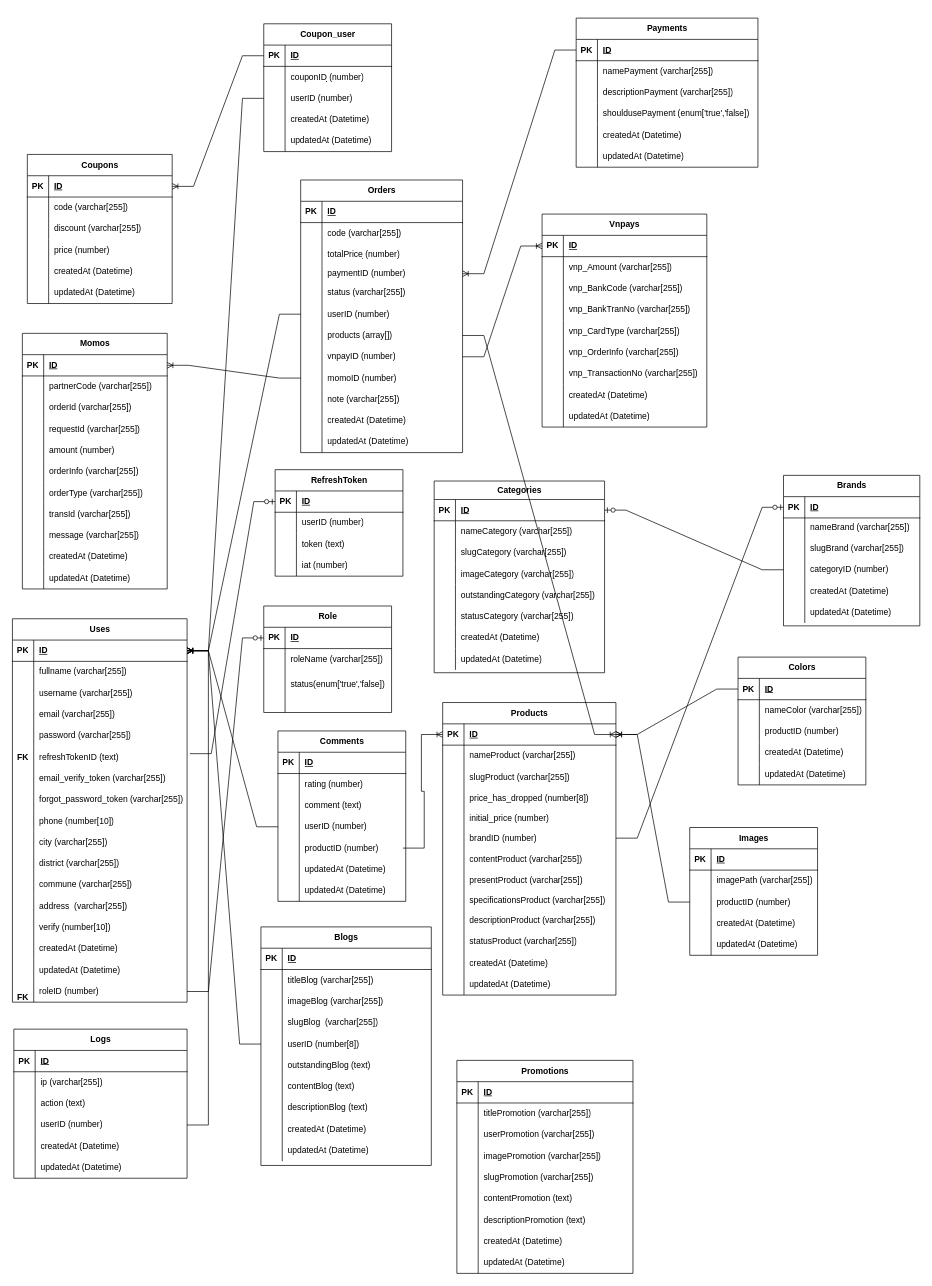
Earlier version of the draw.io diagram src/doan.drawio (QuocHuy03/HoangHaPC). Source tidied: cells renumbered, new cells numbered last; positions are measured from the earlier drawing's top-left corner, leaving out a move shared by most shapes. Both pictures are drawn from the tidied source at 71%, with x=0, y=0 at pixel (12, 13).
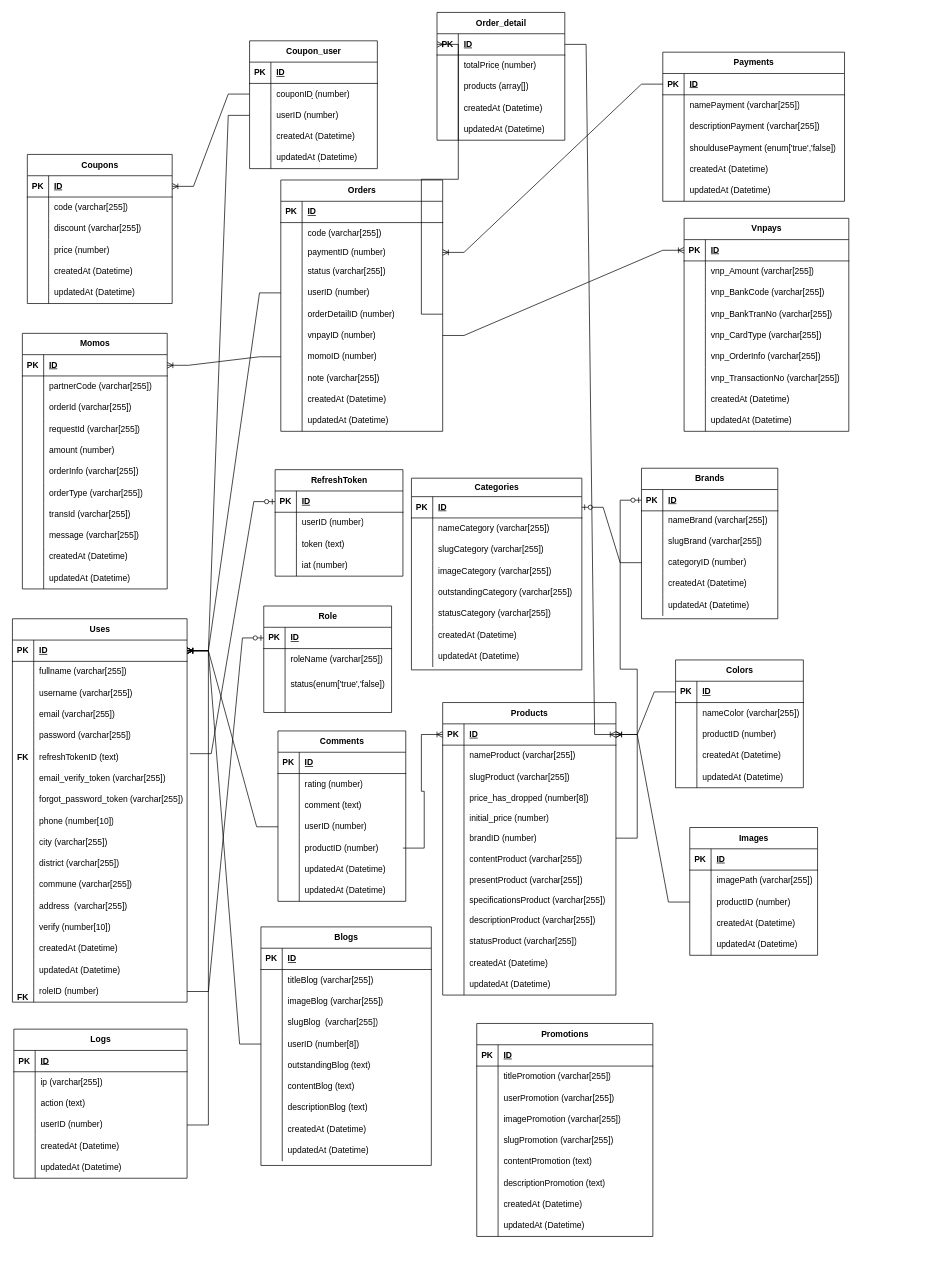
The same page after the edit.

Commit message (it also covers changes not shown here):
Cập nhật doan.drawio

Unchanged cells that the change refers to:
```xml
<mxCell id="128" style="shape=tableRow;horizontal=0;startSize=0;swimlaneHead=0;swimlaneBody=0;fillColor=none;points=[[0,0.5],[1,0.5]];portConstraint=eastwest;top=0;left=0;right=0;bottom=1;" parent="127" vertex="1">
  <mxGeometry y="30" width="244" height="30" as="geometry" />
</mxCell>
<mxCell id="259" style="shape=tableRow;horizontal=0;startSize=0;swimlaneHead=0;swimlaneBody=0;fillColor=none;points=[[0,0.5],[1,0.5]];portConstraint=eastwest;top=0;left=0;right=0;bottom=1;" parent="258" vertex="1">
  <mxGeometry y="30" width="204" height="30" as="geometry" />
</mxCell>
<mxCell id="448" style="shape=tableRow;horizontal=0;startSize=0;swimlaneHead=0;swimlaneBody=0;fillColor=none;points=[[0,0.5],[1,0.5]];portConstraint=eastwest;top=0;left=0;right=0;bottom=1;" parent="447" vertex="1">
  <mxGeometry y="30" width="180" height="30" as="geometry" />
</mxCell>
<mxCell id="451" style="shape=tableRow;horizontal=0;startSize=0;swimlaneHead=0;swimlaneBody=0;fillColor=none;points=[[0,0.5],[1,0.5]];portConstraint=eastwest;top=0;left=0;right=0;bottom=0;" parent="447" vertex="1">
  <mxGeometry y="60" width="180" height="30" as="geometry" />
</mxCell>
```

What changed in the source:
```diff
@@
     <mxCell id="82" value="Brands" style="shape=table;startSize=30;childLayout=tableLayout;rowLines=0;fontStyle=1;align=center;html=1;" parent="1" vertex="1">
-      <mxGeometry x="1086" y="651" width="192" height="212" as="geometry" />
+      <mxGeometry x="886" y="641" width="192" height="212" as="geometry" />
     </mxCell>
@@
     <mxCell id="101" value="Categories" style="shape=table;startSize=26;childLayout=tableLayout;rowLines=0;fontStyle=1;align=center;html=1;" parent="1" vertex="1">
-      <mxGeometry x="594" y="659" width="240" height="270" as="geometry" />
+      <mxGeometry x="562" y="655" width="240" height="270" as="geometry" />
     </mxCell>
@@
     <mxCell id="184" value="Colors" style="shape=table;startSize=30;childLayout=tableLayout;rowLines=0;fontStyle=1;align=center;html=1;" parent="1" vertex="1">
-      <mxGeometry x="1022" y="907" width="180" height="180" as="geometry" />
+      <mxGeometry x="934" y="911" width="180" height="180" as="geometry" />
     </mxCell>
@@
     <mxCell id="331" value="Vnpays" style="shape=table;startSize=30;childLayout=tableLayout;rowLines=0;fontStyle=1;align=center;html=1;" parent="1" vertex="1">
-      <mxGeometry x="746" y="283" width="232" height="300" as="geometry" />
+      <mxGeometry x="946" y="289" width="232" height="300" as="geometry" />
     </mxCell>
@@
     <mxCell id="359" value="Payments" style="shape=table;startSize=30;childLayout=tableLayout;rowLines=0;fontStyle=1;align=center;html=1;" parent="1" vertex="1">
-      <mxGeometry x="794" y="7" width="256" height="210" as="geometry" />
+      <mxGeometry x="916" y="55" width="256" height="210" as="geometry" />
     </mxCell>
@@
     <mxCell id="378" value="Orders" style="shape=table;startSize=30;childLayout=tableLayout;rowLines=0;fontStyle=1;align=center;html=1;" parent="1" vertex="1">
-      <mxGeometry x="406" y="235" width="228" height="384" as="geometry" />
+      <mxGeometry x="378" y="235" width="228" height="354" as="geometry" />
     </mxCell>
@@
-    <mxCell id="385" style="shape=tableRow;horizontal=0;startSize=0;swimlaneHead=0;swimlaneBody=0;fillColor=none;top=0;left=0;right=0;bottom=0;" parent="378" vertex="1">
-      <mxGeometry y="90" width="228" height="30" as="geometry" />
-    </mxCell>
-    <mxCell id="386" style="shape=partialRectangle;fillColor=none;top=0;left=0;bottom=0;right=0;overflow=hidden;whiteSpace=wrap;html=1;" parent="385" vertex="1">
-      <mxGeometry width="30" height="30" as="geometry" />
-    </mxCell>
-    <mxCell id="387" value="totalPrice&amp;nbsp;̣(number)" style="shape=partialRectangle;fillColor=none;top=0;left=0;bottom=0;right=0;align=left;spacingLeft=6;overflow=hidden;whiteSpace=wrap;html=1;" parent="385" vertex="1">
-      <mxGeometry x="30" width="198" height="30" as="geometry" />
-    </mxCell>
     <mxCell id="388" style="shape=tableRow;horizontal=0;startSize=0;swimlaneHead=0;swimlaneBody=0;fillColor=none;points=[[0,0.5],[1,0.5]];portConstraint=eastwest;top=0;left=0;right=0;bottom=0;" parent="378" vertex="1">
-      <mxGeometry y="120" width="228" height="24" as="geometry" />
+      <mxGeometry y="90" width="228" height="24" as="geometry" />
     </mxCell>
@@
     <mxCell id="391" style="shape=tableRow;horizontal=0;startSize=0;swimlaneHead=0;swimlaneBody=0;fillColor=none;top=0;left=0;right=0;bottom=0;" parent="378" vertex="1">
-      <mxGeometry y="144" width="228" height="30" as="geometry" />
+      <mxGeometry y="114" width="228" height="30" as="geometry" />
     </mxCell>
@@
     <mxCell id="394" style="shape=tableRow;horizontal=0;startSize=0;swimlaneHead=0;swimlaneBody=0;fillColor=none;points=[[0,0.5],[1,0.5]];portConstraint=eastwest;top=0;left=0;right=0;bottom=0;" parent="378" vertex="1">
-      <mxGeometry y="174" width="228" height="30" as="geometry" />
+      <mxGeometry y="144" width="228" height="30" as="geometry" />
     </mxCell>
@@
     <mxCell id="397" style="shape=tableRow;horizontal=0;startSize=0;swimlaneHead=0;swimlaneBody=0;fillColor=none;points=[[0,0.5],[1,0.5]];portConstraint=eastwest;top=0;left=0;right=0;bottom=0;" parent="378" vertex="1">
-      <mxGeometry y="204" width="228" height="30" as="geometry" />
+      <mxGeometry y="174" width="228" height="30" as="geometry" />
     </mxCell>
@@
-    <mxCell id="399" value="products (array[])" style="shape=partialRectangle;fillColor=none;top=0;left=0;bottom=0;right=0;align=left;spacingLeft=6;overflow=hidden;whiteSpace=wrap;html=1;" parent="397" vertex="1">
+    <mxCell id="399" value="orderDetailID (number)" style="shape=partialRectangle;fillColor=none;top=0;left=0;bottom=0;right=0;align=left;spacingLeft=6;overflow=hidden;whiteSpace=wrap;html=1;" parent="397" vertex="1">
       <mxGeometry x="30" width="198" height="30" as="geometry" />
     </mxCell>
     <mxCell id="400" style="shape=tableRow;horizontal=0;startSize=0;swimlaneHead=0;swimlaneBody=0;fillColor=none;points=[[0,0.5],[1,0.5]];portConstraint=eastwest;top=0;left=0;right=0;bottom=0;" parent="378" vertex="1">
-      <mxGeometry y="234" width="228" height="30" as="geometry" />
+      <mxGeometry y="204" width="228" height="30" as="geometry" />
     </mxCell>
@@
     <mxCell id="403" style="shape=tableRow;horizontal=0;startSize=0;swimlaneHead=0;swimlaneBody=0;fillColor=none;points=[[0,0.5],[1,0.5]];portConstraint=eastwest;top=0;left=0;right=0;bottom=0;" parent="378" vertex="1">
-      <mxGeometry y="264" width="228" height="30" as="geometry" />
+      <mxGeometry y="234" width="228" height="30" as="geometry" />
     </mxCell>
@@
     <mxCell id="406" style="shape=tableRow;horizontal=0;startSize=0;swimlaneHead=0;swimlaneBody=0;fillColor=none;top=0;left=0;right=0;bottom=0;" parent="378" vertex="1">
-      <mxGeometry y="294" width="228" height="30" as="geometry" />
+      <mxGeometry y="264" width="228" height="30" as="geometry" />
     </mxCell>
@@
     <mxCell id="409" style="shape=tableRow;horizontal=0;startSize=0;swimlaneHead=0;swimlaneBody=0;fillColor=none;top=0;left=0;right=0;bottom=0;" parent="378" vertex="1">
-      <mxGeometry y="324" width="228" height="30" as="geometry" />
+      <mxGeometry y="294" width="228" height="30" as="geometry" />
     </mxCell>
@@
     <mxCell id="412" style="shape=tableRow;horizontal=0;startSize=0;swimlaneHead=0;swimlaneBody=0;fillColor=none;top=0;left=0;right=0;bottom=0;" parent="378" vertex="1">
-      <mxGeometry y="354" width="228" height="30" as="geometry" />
+      <mxGeometry y="324" width="228" height="30" as="geometry" />
     </mxCell>
@@
     <mxCell id="415" value="Promotions" style="shape=table;startSize=30;childLayout=tableLayout;rowLines=0;fontStyle=1;align=center;html=1;" parent="1" vertex="1">
-      <mxGeometry x="626" y="1475" width="248" height="300" as="geometry" />
+      <mxGeometry x="654" y="1423" width="248" height="300" as="geometry" />
     </mxCell>
@@
-    <mxCell id="446" style="edgeStyle=entityRelationEdgeStyle;fontSize=12;html=1;endArrow=ERoneToMany;rounded=0;exitX=1;exitY=0.5;exitDx=0;exitDy=0;entryX=1;entryY=0.5;entryDx=0;entryDy=0;" parent="1" edge="1" source="397" target="128">
+    <mxCell id="446" style="edgeStyle=entityRelationEdgeStyle;fontSize=12;html=1;endArrow=ERoneToMany;rounded=0;exitX=1;exitY=0.5;exitDx=0;exitDy=0;entryX=0;entryY=0.5;entryDx=0;entryDy=0;" parent="1" edge="1" source="397" target="467">
       <mxGeometry relative="1" as="geometry">
         <Array as="points">
           <mxPoint x="1234" y="868" />
           <mxPoint x="982" y="1066" />
           <mxPoint x="1210" y="876" />
           <mxPoint x="1140" y="727" />
           <mxPoint x="630" y="874" />
         </Array>
       </mxGeometry>
     </mxCell>
     <mxCell id="447" value="Coupon_user" style="shape=table;startSize=30;childLayout=tableLayout;rowLines=0;fontStyle=1;align=center;html=1;" parent="1" vertex="1">
-      <mxGeometry x="354" y="15" width="180" height="180" as="geometry" />
+      <mxGeometry x="334" y="39" width="180" height="180" as="geometry" />
     </mxCell>
@@
-    <mxCell id="463" style="edgeStyle=entityRelationEdgeStyle;fontSize=12;html=1;endArrow=ERoneToMany;rounded=0;exitX=0;exitY=0.5;exitDx=0;exitDy=0;entryX=1;entryY=0.5;entryDx=0;entryDy=0;" parent="1" edge="1" source="448" target="259">
+    <mxCell id="463" style="edgeStyle=entityRelationEdgeStyle;fontSize=12;html=1;endArrow=ERoneToMany;rounded=0;exitX=0;exitY=0.5;exitDx=0;exitDy=0;entryX=1;entryY=0.5;entryDx=0;entryDy=0;" parent="1" edge="1" source="451" target="259">
       <mxGeometry relative="1" as="geometry">
         <Array as="points">
           <mxPoint x="992" y="141" />
           <mxPoint x="740" y="339" />
           <mxPoint x="968" y="149" />
           <mxPoint x="898" />
           <mxPoint x="388" y="147" />
         </Array>
       </mxGeometry>
     </mxCell>
@@
+    <mxCell id="466" value="Order_detail" style="shape=table;startSize=30;childLayout=tableLayout;rowLines=0;fontStyle=1;align=center;html=1;" parent="1" vertex="1">
+      <mxGeometry x="598" y="-1" width="180" height="180" as="geometry" />
+    </mxCell>
+    <mxCell id="467" style="shape=tableRow;horizontal=0;startSize=0;swimlaneHead=0;swimlaneBody=0;fillColor=none;points=[[0,0.5],[1,0.5]];portConstraint=eastwest;top=0;left=0;right=0;bottom=1;" parent="466" vertex="1">
+      <mxGeometry y="30" width="180" height="30" as="geometry" />
+    </mxCell>
+    <mxCell id="468" value="PK" style="shape=partialRectangle;fillColor=none;top=0;left=0;bottom=0;right=0;fontStyle=1;overflow=hidden;whiteSpace=wrap;html=1;" parent="467" vertex="1">
+      <mxGeometry width="30" height="30" as="geometry" />
+    </mxCell>
+    <mxCell id="469" value="ID" style="shape=partialRectangle;fillColor=none;top=0;left=0;bottom=0;right=0;align=left;spacingLeft=6;fontStyle=5;overflow=hidden;whiteSpace=wrap;html=1;" parent="467" vertex="1">
+      <mxGeometry x="30" width="150" height="30" as="geometry" />
+    </mxCell>
+    <mxCell id="470" style="shape=tableRow;horizontal=0;startSize=0;swimlaneHead=0;swimlaneBody=0;fillColor=none;top=0;left=0;right=0;bottom=0;" parent="466" vertex="1">
+      <mxGeometry y="60" width="180" height="30" as="geometry" />
+    </mxCell>
+    <mxCell id="471" style="shape=partialRectangle;fillColor=none;top=0;left=0;bottom=0;right=0;overflow=hidden;whiteSpace=wrap;html=1;" parent="470" vertex="1">
+      <mxGeometry width="30" height="30" as="geometry" />
+    </mxCell>
+    <mxCell id="387" value="totalPrice&amp;nbsp;̣(number)" style="shape=partialRectangle;fillColor=none;top=0;left=0;bottom=0;right=0;align=left;spacingLeft=6;overflow=hidden;whiteSpace=wrap;html=1;" parent="470" vertex="1">
+      <mxGeometry x="30" width="150" height="30" as="geometry" />
+    </mxCell>
+    <mxCell id="472" style="shape=tableRow;horizontal=0;startSize=0;swimlaneHead=0;swimlaneBody=0;fillColor=none;top=0;left=0;right=0;bottom=0;" parent="466" vertex="1">
+      <mxGeometry y="90" width="180" height="30" as="geometry" />
+    </mxCell>
+    <mxCell id="473" style="shape=partialRectangle;fillColor=none;top=0;left=0;bottom=0;right=0;overflow=hidden;whiteSpace=wrap;html=1;" parent="472" vertex="1">
+      <mxGeometry width="30" height="30" as="geometry" />
+    </mxCell>
+    <mxCell id="474" value="products (array[])" style="shape=partialRectangle;fillColor=none;top=0;left=0;bottom=0;right=0;align=left;spacingLeft=6;overflow=hidden;whiteSpace=wrap;html=1;" parent="472" vertex="1">
+      <mxGeometry x="30" width="150" height="30" as="geometry" />
+    </mxCell>
+    <mxCell id="475" style="shape=tableRow;horizontal=0;startSize=0;swimlaneHead=0;swimlaneBody=0;fillColor=none;top=0;left=0;right=0;bottom=0;" parent="466" vertex="1">
+      <mxGeometry y="120" width="180" height="30" as="geometry" />
+    </mxCell>
+    <mxCell id="476" style="shape=partialRectangle;fillColor=none;top=0;left=0;bottom=0;right=0;overflow=hidden;whiteSpace=wrap;html=1;" parent="475" vertex="1">
+      <mxGeometry width="30" height="30" as="geometry" />
+    </mxCell>
+    <mxCell id="477" value="createdAt (Datetime)" style="shape=partialRectangle;fillColor=none;top=0;left=0;bottom=0;right=0;align=left;spacingLeft=6;overflow=hidden;whiteSpace=wrap;html=1;" parent="475" vertex="1">
+      <mxGeometry x="30" width="150" height="30" as="geometry" />
+    </mxCell>
+    <mxCell id="478" style="shape=tableRow;horizontal=0;startSize=0;swimlaneHead=0;swimlaneBody=0;fillColor=none;top=0;left=0;right=0;bottom=0;" parent="466" vertex="1">
+      <mxGeometry y="150" width="180" height="30" as="geometry" />
+    </mxCell>
+    <mxCell id="479" style="shape=partialRectangle;fillColor=none;top=0;left=0;bottom=0;right=0;overflow=hidden;whiteSpace=wrap;html=1;" parent="478" vertex="1">
+      <mxGeometry width="30" height="30" as="geometry" />
+    </mxCell>
+    <mxCell id="480" value="updatedAt (Datetime)" style="shape=partialRectangle;fillColor=none;top=0;left=0;bottom=0;right=0;align=left;spacingLeft=6;overflow=hidden;whiteSpace=wrap;html=1;" parent="478" vertex="1">
+      <mxGeometry x="30" width="150" height="30" as="geometry" />
+    </mxCell>
+    <mxCell id="481" style="edgeStyle=entityRelationEdgeStyle;fontSize=12;html=1;endArrow=ERoneToMany;rounded=0;entryX=1;entryY=0.5;entryDx=0;entryDy=0;exitX=1;exitY=0.5;exitDx=0;exitDy=0;" parent="1" edge="1" source="467" target="128">
+      <mxGeometry relative="1" as="geometry">
+        <Array as="points">
+          <mxPoint x="1492" y="827" />
+          <mxPoint x="1240" y="1025" />
+          <mxPoint x="1468" y="835" />
+          <mxPoint x="1398" y="686" />
+          <mxPoint x="888" y="833" />
+        </Array>
+      </mxGeometry>
+    </mxCell>
```
